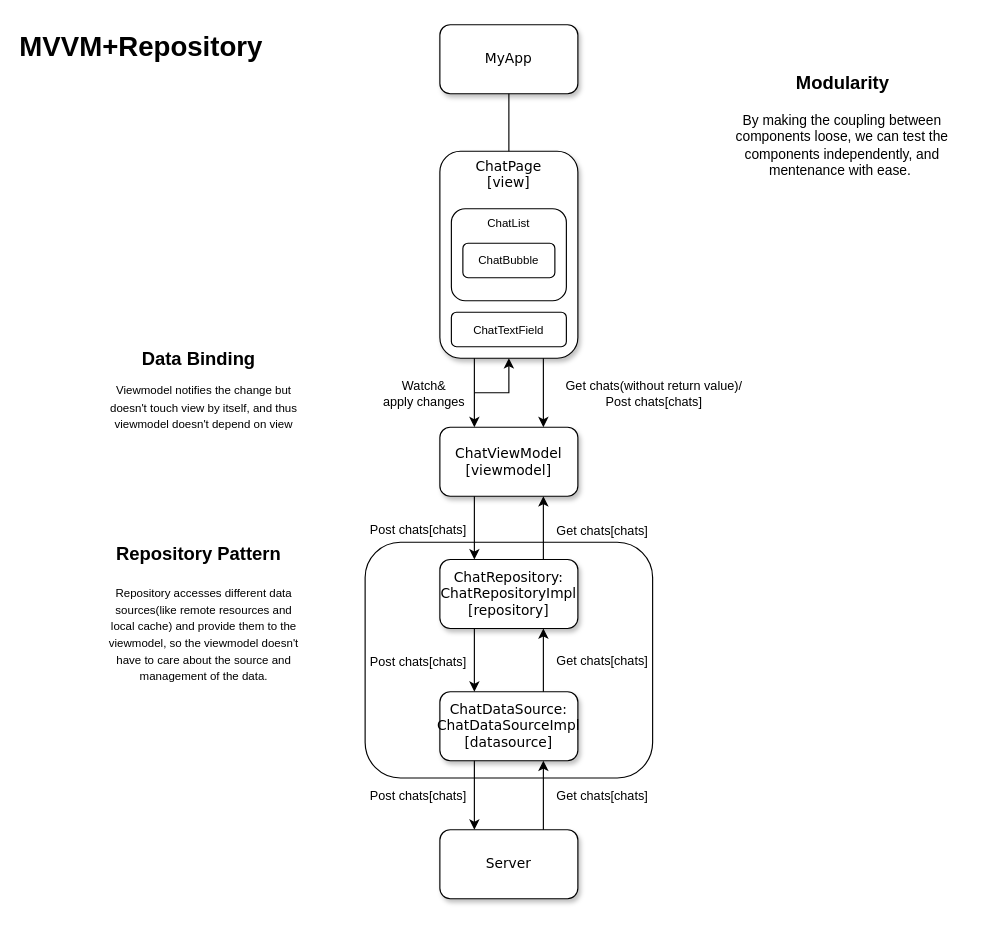
Above: lib/chatapp.drawio in TakabayaP/chatapp (draw.io), before the change. Source tidied: cells renumbered, new cells numbered last; positions are measured from the earlier drawing's top-left corner, leaving out a move shared by most shapes. Both pictures are drawn from the tidied source at 115%, with x=0, y=0 at pixel (83, 24).
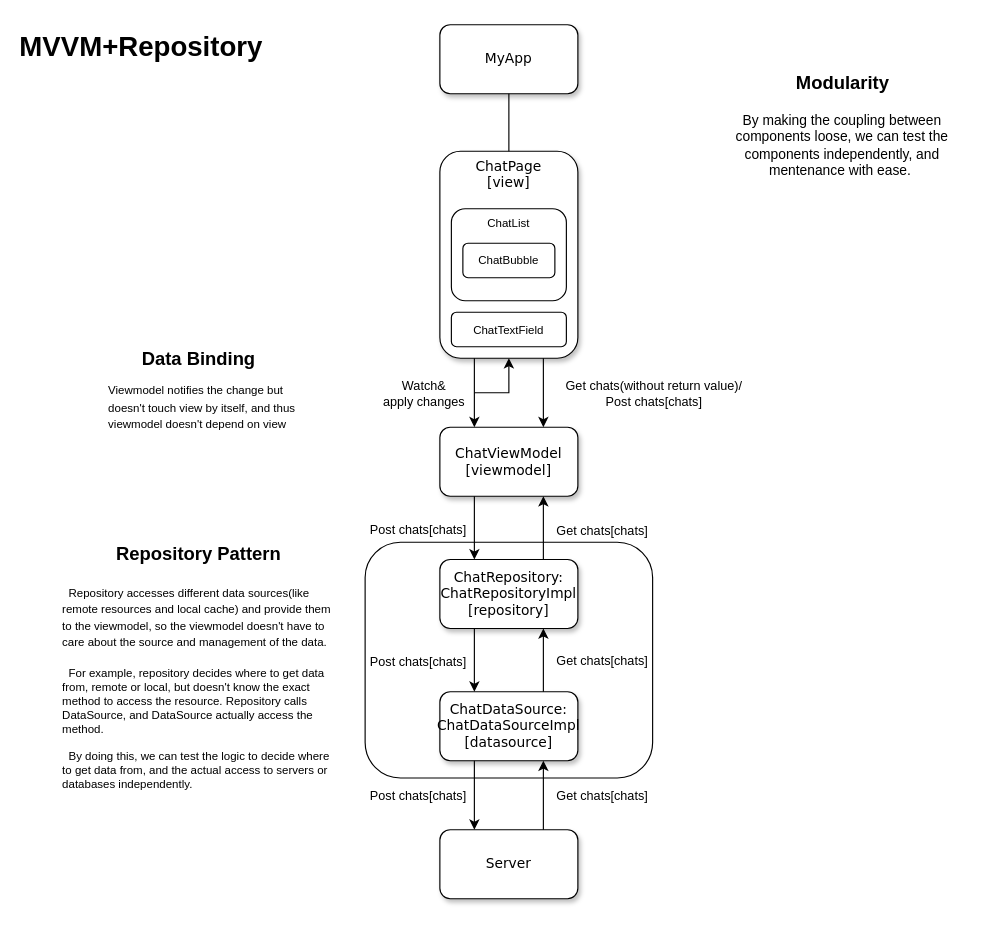
The same diagram, later.

Commit message:
update: add more descreption on Repostiory Pattern

Diff of the diagram source:
```diff
@@
-    <mxCell id="27" value="&lt;font style=&quot;font-size: 10px&quot;&gt;&lt;br&gt;Viewmodel notifies the change but doesn't touch view by itself, and thus viewmodel doesn't depend on view&lt;/font&gt;" style="text;html=1;strokeColor=none;fillColor=none;align=center;verticalAlign=middle;whiteSpace=wrap;rounded=0;" parent="1" vertex="1">
+    <mxCell id="27" value="&lt;font style=&quot;font-size: 10px&quot;&gt;&lt;br&gt;Viewmodel notifies the change but doesn't touch view by itself, and thus viewmodel doesn't depend on view&lt;/font&gt;" style="text;html=1;strokeColor=none;fillColor=none;align=left;verticalAlign=middle;whiteSpace=wrap;rounded=0;" parent="1" vertex="1">
       <mxGeometry x="20" y="280" width="170" height="90" as="geometry" />
     </mxCell>
@@
-    <mxCell id="29" value="&lt;font style=&quot;font-size: 10px&quot;&gt;Repository accesses different data sources(like remote resources and local cache) and provide them to the viewmodel, so the viewmodel doesn't have to care about the source and management of the data.&lt;/font&gt;" style="text;html=1;strokeColor=none;fillColor=none;align=center;verticalAlign=middle;whiteSpace=wrap;rounded=0;" parent="1" vertex="1">
-      <mxGeometry x="20" y="480" width="170" height="100" as="geometry" />
+    <mxCell id="29" value="&lt;font style=&quot;font-size: 10px&quot;&gt;&amp;nbsp; Repository accesses different data sources(like remote resources and local cache) and provide them to the viewmodel, so the viewmodel doesn't have to care about the source and management of the data.&lt;br&gt;&lt;br&gt;&lt;div&gt;&lt;span&gt;&amp;nbsp; For example, repository decides where to get data from, remote or local, but doesn't know the exact method to access the resource. Repository calls DataSource, and DataSource actually access the method.&lt;/span&gt;&lt;/div&gt;&lt;div&gt;&lt;span&gt;&lt;br&gt;&lt;/span&gt;&lt;/div&gt;&lt;div&gt;&lt;span&gt;&amp;nbsp; By doing this, we can test the logic to decide where to get data from, and the actual access to servers or databases independently.&lt;/span&gt;&lt;/div&gt;&lt;/font&gt;" style="text;html=1;strokeColor=none;fillColor=none;align=left;verticalAlign=top;whiteSpace=wrap;rounded=0;" parent="1" vertex="1">
+      <mxGeometry x="-20" y="480" width="240" height="190" as="geometry" />
     </mxCell>
```
